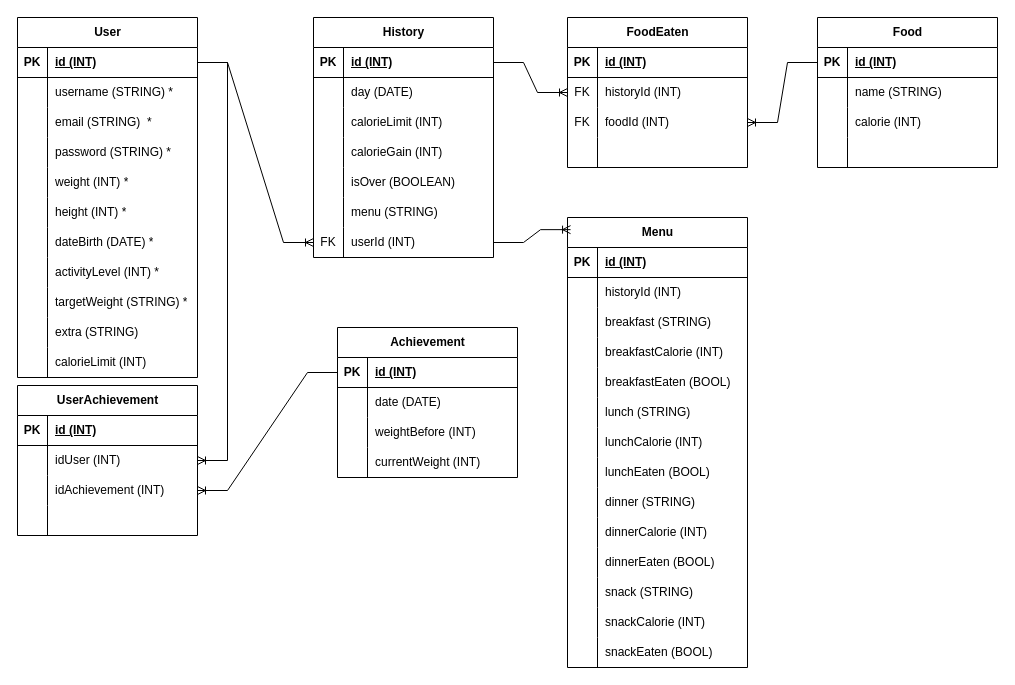
The draw.io diagram SERVER/dietiv8.png.drawio in Alfarizzi27/Dietiv8, before the edit. Source tidied: cells renumbered, new cells numbered last; positions are measured from the earlier drawing's top-left corner, leaving out a move shared by most shapes. Both pictures are drawn from the tidied source at 100%, with x=0, y=0 at pixel (17, 17).
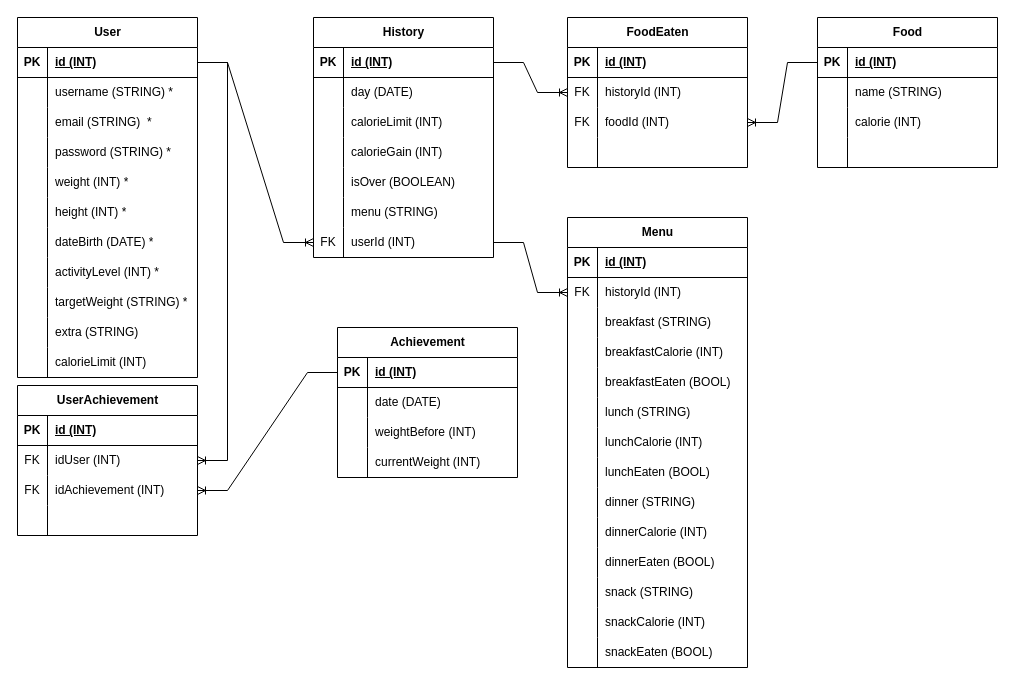
Above is the later version.

The change refers to these unchanged cells:
```xml
<mxCell id="55" style="shape=tableRow;horizontal=0;startSize=0;swimlaneHead=0;swimlaneBody=0;fillColor=none;points=[[0,0.5],[1,0.5]];portConstraint=eastwest;top=0;left=0;right=0;bottom=0;" parent="36" vertex="1">
  <mxGeometry y="210" width="180" height="30" as="geometry" />
</mxCell>
<mxCell id="91" style="shape=tableRow;horizontal=0;startSize=0;swimlaneHead=0;swimlaneBody=0;fillColor=none;points=[[0,0.5],[1,0.5]];portConstraint=eastwest;top=0;left=0;right=0;bottom=0;" parent="87" vertex="1">
  <mxGeometry y="60" width="180" height="30" as="geometry" />
</mxCell>
<mxCell id="94" style="shape=tableRow;horizontal=0;startSize=0;swimlaneHead=0;swimlaneBody=0;fillColor=none;points=[[0,0.5],[1,0.5]];portConstraint=eastwest;top=0;left=0;right=0;bottom=0;" parent="87" vertex="1">
  <mxGeometry y="90" width="180" height="30" as="geometry" />
</mxCell>
<mxCell id="115" value="Menu" style="shape=table;startSize=30;childLayout=tableLayout;rowLines=0;fontStyle=1;align=center;html=1;" parent="1" vertex="1">
  <mxGeometry x="550" y="200" width="180" height="450" as="geometry" />
</mxCell>
<mxCell id="119" style="shape=tableRow;horizontal=0;startSize=0;swimlaneHead=0;swimlaneBody=0;fillColor=none;points=[[0,0.5],[1,0.5]];portConstraint=eastwest;top=0;left=0;right=0;bottom=0;" parent="115" vertex="1">
  <mxGeometry y="60" width="180" height="30" as="geometry" />
</mxCell>
```

Diff of the diagram source:
```diff
@@
-    <mxCell id="92" style="shape=partialRectangle;fillColor=none;top=0;left=0;bottom=0;right=0;overflow=hidden;whiteSpace=wrap;html=1;" parent="91" vertex="1">
+    <mxCell id="92" value="FK" style="shape=partialRectangle;fillColor=none;top=0;left=0;bottom=0;right=0;overflow=hidden;whiteSpace=wrap;html=1;" parent="91" vertex="1">
       <mxGeometry width="30" height="30" as="geometry" />
     </mxCell>
@@
-    <mxCell id="95" style="shape=partialRectangle;fillColor=none;top=0;left=0;bottom=0;right=0;overflow=hidden;whiteSpace=wrap;html=1;" parent="94" vertex="1">
+    <mxCell id="95" value="FK" style="shape=partialRectangle;fillColor=none;top=0;left=0;bottom=0;right=0;overflow=hidden;whiteSpace=wrap;html=1;" parent="94" vertex="1">
       <mxGeometry width="30" height="30" as="geometry" />
     </mxCell>
@@
-    <mxCell id="120" style="shape=partialRectangle;fillColor=none;top=0;left=0;bottom=0;right=0;overflow=hidden;whiteSpace=wrap;html=1;" parent="119" vertex="1">
+    <mxCell id="120" value="FK" style="shape=partialRectangle;fillColor=none;top=0;left=0;bottom=0;right=0;overflow=hidden;whiteSpace=wrap;html=1;" parent="119" vertex="1">
       <mxGeometry width="30" height="30" as="geometry" />
     </mxCell>
@@
-    <mxCell id="158" style="edgeStyle=entityRelationEdgeStyle;fontSize=12;html=1;endArrow=ERoneToMany;rounded=0;exitX=1;exitY=0.5;exitDx=0;exitDy=0;entryX=0.017;entryY=0.027;entryDx=0;entryDy=0;entryPerimeter=0;" parent="1" edge="1" source="55" target="115">
+    <mxCell id="158" style="edgeStyle=entityRelationEdgeStyle;fontSize=12;html=1;endArrow=ERoneToMany;rounded=0;exitX=1;exitY=0.5;exitDx=0;exitDy=0;" parent="1" edge="1" source="55" target="119">
       <mxGeometry relative="1" as="geometry" />
     </mxCell>
```
